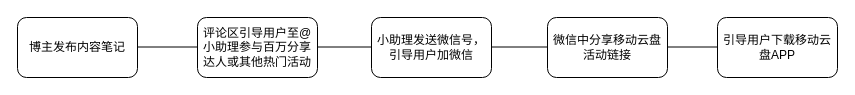
Above: 兼职.drawio in lishb/- (draw.io), before the change. Source tidied: cells renumbered, new cells numbered last; positions are measured from the earlier drawing's top-left corner, leaving out a move shared by most shapes. Both pictures are drawn from the tidied source at 100%, with x=0, y=0 at pixel (17, 17).
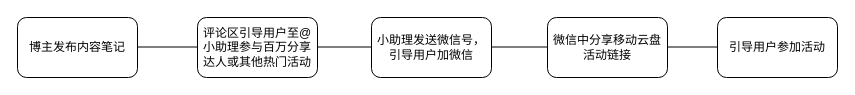
After the change.

The edit, as a diff of the source:
```diff
@@
 <mxGraphModel>
   <root>
     <mxCell id="0" />
     <mxCell id="1" parent="0" />
     <mxCell id="2" value="博主发布内容笔记" style="rounded=1;whiteSpace=wrap;html=1;" parent="1" vertex="1">
       <mxGeometry width="120" height="60" as="geometry" />
     </mxCell>
     <mxCell id="3" style="endArrow=none;html=1;rounded=0;" parent="1" edge="1">
       <mxGeometry relative="1" as="geometry">
         <mxPoint x="120" y="29.5" as="sourcePoint" />
         <mxPoint x="180" y="29.5" as="targetPoint" />
       </mxGeometry>
     </mxCell>
     <mxCell id="4" value="评论区引导用户至@小助理参与百万分享达人或其他热门活动" style="rounded=1;whiteSpace=wrap;html=1;" parent="1" vertex="1">
       <mxGeometry x="180" width="120" height="60" as="geometry" />
     </mxCell>
     <mxCell id="5" style="endArrow=none;html=1;rounded=0;" parent="1" edge="1">
       <mxGeometry relative="1" as="geometry">
         <mxPoint x="300" y="29.5" as="sourcePoint" />
         <mxPoint x="360" y="29.5" as="targetPoint" />
       </mxGeometry>
     </mxCell>
     <mxCell id="6" value="小助理发送微信号，引导用户加微信" style="rounded=1;whiteSpace=wrap;html=1;" parent="1" vertex="1">
       <mxGeometry x="354" width="120" height="60" as="geometry" />
     </mxCell>
     <mxCell id="7" style="endArrow=none;html=1;rounded=0;" parent="1" edge="1">
       <mxGeometry relative="1" as="geometry">
         <mxPoint x="474" y="29.5" as="sourcePoint" />
         <mxPoint x="534" y="29.5" as="targetPoint" />
       </mxGeometry>
     </mxCell>
     <mxCell id="8" value="微信中分享移动云盘活动链接" style="rounded=1;whiteSpace=wrap;html=1;" parent="1" vertex="1">
       <mxGeometry x="530" width="120" height="60" as="geometry" />
     </mxCell>
     <mxCell id="9" style="endArrow=none;html=1;rounded=0;" parent="1" edge="1">
       <mxGeometry relative="1" as="geometry">
         <mxPoint x="650" y="29.5" as="sourcePoint" />
         <mxPoint x="700" y="29.5" as="targetPoint" />
       </mxGeometry>
     </mxCell>
-    <mxCell id="10" value="引导用户下载移动云盘APP" style="rounded=1;whiteSpace=wrap;html=1;" parent="1" vertex="1">
+    <mxCell id="10" value="引导用户参加活动" style="rounded=1;whiteSpace=wrap;html=1;" parent="1" vertex="1">
       <mxGeometry x="700" width="120" height="60" as="geometry" />
     </mxCell>
   </root>
 </mxGraphModel>
```
